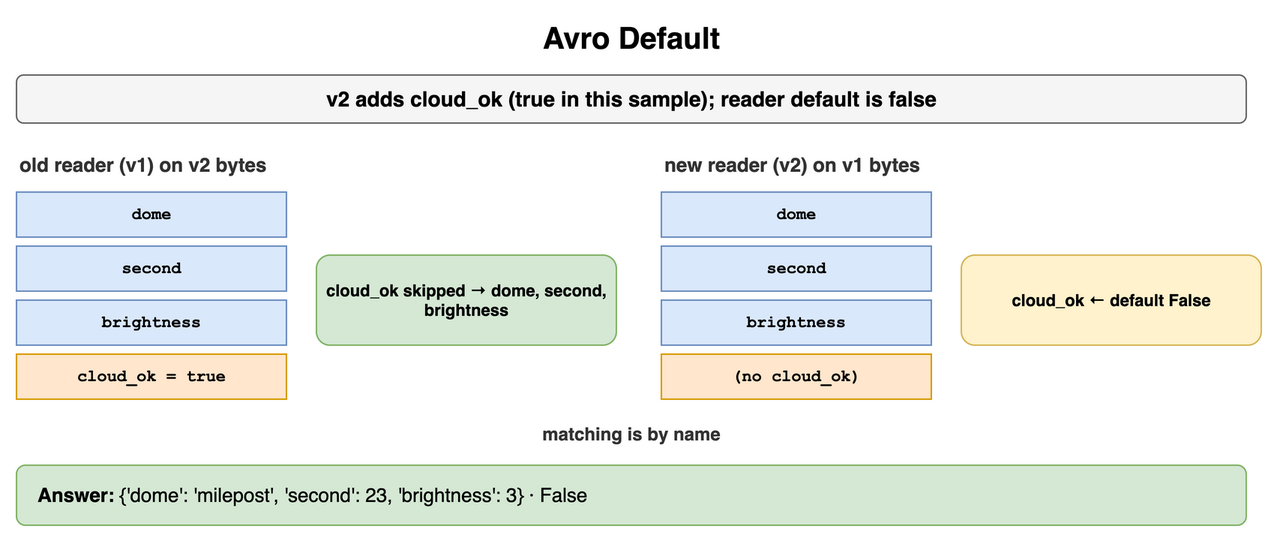
Earlier version of the draw.io export content/09_System_Design_Interview/14_Encoding_Serialization_and_Schema_Evolution/diagrams/encoding-drills-4-avro-default.png (amendez13/swe-study-guide). Source tidied: cells renumbered, new cells last; positions are measured from the earlier drawing's top-left corner, leaving out a move shared by most shapes. Its diagram source:
```xml
<mxGraphModel>
  <root>
    <mxCell id="0" />
    <mxCell id="1" parent="0" />
    <mxCell id="2" value="Avro Default" style="text;html=1;align=center;verticalAlign=middle;whiteSpace=wrap;fontSize=20;fontStyle=1;" parent="1" vertex="1">
      <mxGeometry width="820" height="30" as="geometry" />
    </mxCell>
    <mxCell id="3" value="v2 adds cloud_ok (true in this sample); reader default is false" style="rounded=1;whiteSpace=wrap;html=1;fillColor=#f5f5f5;strokeColor=#666666;fontStyle=1;fontSize=14;" parent="1" vertex="1">
      <mxGeometry y="40" width="820" height="32" as="geometry" />
    </mxCell>
    <mxCell id="4" value="old reader (v1) on v2 bytes" style="text;html=1;whiteSpace=wrap;fontSize=11;align=left;verticalAlign=middle;fontSize=13;fontColor=#333333;fontStyle=1;" parent="1" vertex="1">
      <mxGeometry y="90" width="400" height="20" as="geometry" />
    </mxCell>
    <mxCell id="5" value="dome" style="rounded=0;whiteSpace=wrap;html=1;fontFamily=Courier New;fontStyle=1;fontSize=13;fillColor=#dae8fc;strokeColor=#6c8ebf;fontSize=11;" parent="1" vertex="1">
      <mxGeometry y="118" width="180" height="30" as="geometry" />
    </mxCell>
    <mxCell id="6" value="second" style="rounded=0;whiteSpace=wrap;html=1;fontFamily=Courier New;fontStyle=1;fontSize=13;fillColor=#dae8fc;strokeColor=#6c8ebf;fontSize=11;" parent="1" vertex="1">
      <mxGeometry y="154" width="180" height="30" as="geometry" />
    </mxCell>
    <mxCell id="7" value="brightness" style="rounded=0;whiteSpace=wrap;html=1;fontFamily=Courier New;fontStyle=1;fontSize=13;fillColor=#dae8fc;strokeColor=#6c8ebf;fontSize=11;" parent="1" vertex="1">
      <mxGeometry y="190" width="180" height="30" as="geometry" />
    </mxCell>
    <mxCell id="8" value="cloud_ok = true" style="rounded=0;whiteSpace=wrap;html=1;fontFamily=Courier New;fontStyle=1;fontSize=13;fillColor=#ffe6cc;strokeColor=#d79b00;fontSize=11;" parent="1" vertex="1">
      <mxGeometry y="226" width="180" height="30" as="geometry" />
    </mxCell>
    <mxCell id="9" value="cloud_ok skipped → dome, second, brightness" style="rounded=1;whiteSpace=wrap;html=1;fillColor=#d5e8d4;strokeColor=#82b366;fontSize=11;align=center;fontStyle=1;" parent="1" vertex="1">
      <mxGeometry x="200" y="160" width="200" height="60" as="geometry" />
    </mxCell>
    <mxCell id="10" value="new reader (v2) on v1 bytes" style="text;html=1;whiteSpace=wrap;fontSize=11;align=left;verticalAlign=middle;fontSize=13;fontColor=#333333;fontStyle=1;" parent="1" vertex="1">
      <mxGeometry x="430" y="90" width="400" height="20" as="geometry" />
    </mxCell>
    <mxCell id="11" value="dome" style="rounded=0;whiteSpace=wrap;html=1;fontFamily=Courier New;fontStyle=1;fontSize=13;fillColor=#dae8fc;strokeColor=#6c8ebf;fontSize=11;" parent="1" vertex="1">
      <mxGeometry x="430" y="118" width="180" height="30" as="geometry" />
    </mxCell>
    <mxCell id="12" value="second" style="rounded=0;whiteSpace=wrap;html=1;fontFamily=Courier New;fontStyle=1;fontSize=13;fillColor=#dae8fc;strokeColor=#6c8ebf;fontSize=11;" parent="1" vertex="1">
      <mxGeometry x="430" y="154" width="180" height="30" as="geometry" />
    </mxCell>
    <mxCell id="13" value="brightness" style="rounded=0;whiteSpace=wrap;html=1;fontFamily=Courier New;fontStyle=1;fontSize=13;fillColor=#dae8fc;strokeColor=#6c8ebf;fontSize=11;" parent="1" vertex="1">
      <mxGeometry x="430" y="190" width="180" height="30" as="geometry" />
    </mxCell>
    <mxCell id="14" value="(no cloud_ok)" style="rounded=0;whiteSpace=wrap;html=1;fontFamily=Courier New;fontStyle=1;fontSize=13;fillColor=#ffe6cc;strokeColor=#d79b00;fontSize=11;" parent="1" vertex="1">
      <mxGeometry x="430" y="226" width="180" height="30" as="geometry" />
    </mxCell>
    <mxCell id="15" value="cloud_ok ← default False" style="rounded=1;whiteSpace=wrap;html=1;fillColor=#fff2cc;strokeColor=#d6b656;fontSize=11;align=center;fontStyle=1;" parent="1" vertex="1">
      <mxGeometry x="630" y="160" width="200" height="60" as="geometry" />
    </mxCell>
    <mxCell id="16" value="matching is by name" style="text;html=1;whiteSpace=wrap;fontSize=11;align=center;verticalAlign=middle;fontSize=12;fontColor=#333333;fontStyle=1;" parent="1" vertex="1">
      <mxGeometry y="270" width="820" height="18" as="geometry" />
    </mxCell>
    <mxCell id="17" value="&lt;b&gt;Answer:&lt;/b&gt; {'dome': 'milepost', 'second': 23, 'brightness': 3} · False" style="rounded=1;whiteSpace=wrap;html=1;fillColor=#d5e8d4;strokeColor=#82b366;fontSize=13;align=left;spacingLeft=12;" parent="1" vertex="1">
      <mxGeometry y="300" width="820" height="40" as="geometry" />
    </mxCell>
  </root>
</mxGraphModel>
```
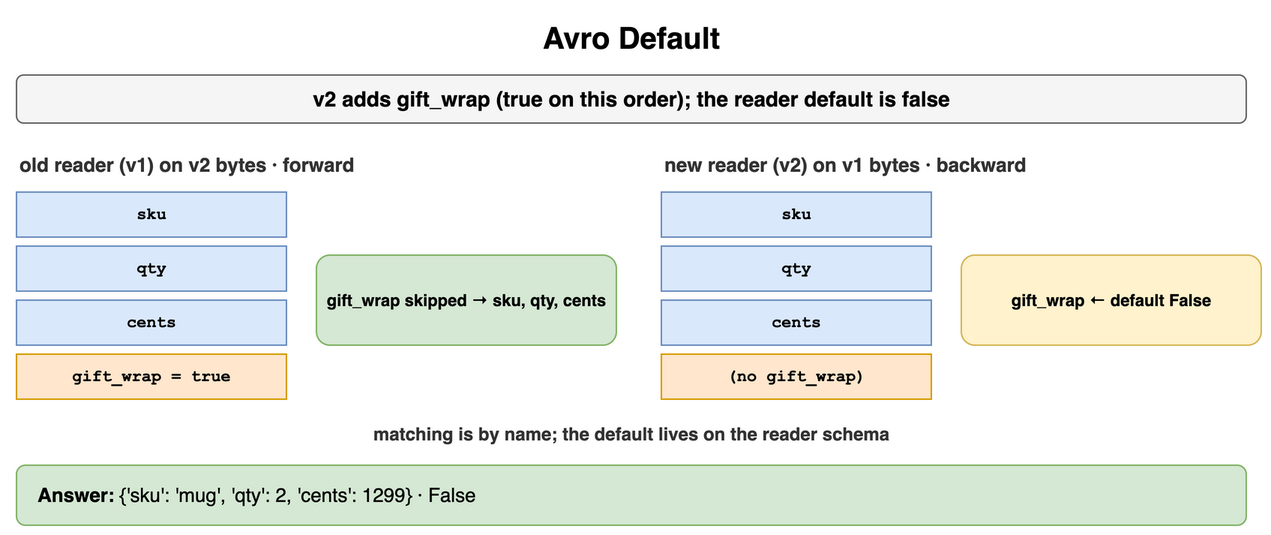
Above is the later version.

The edit, as a diff of the source:
```diff
@@ -5,49 +5,49 @@
     <mxCell id="2" value="Avro Default" style="text;html=1;align=center;verticalAlign=middle;whiteSpace=wrap;fontSize=20;fontStyle=1;" parent="1" vertex="1">
       <mxGeometry width="820" height="30" as="geometry" />
     </mxCell>
-    <mxCell id="3" value="v2 adds cloud_ok (true in this sample); reader default is false" style="rounded=1;whiteSpace=wrap;html=1;fillColor=#f5f5f5;strokeColor=#666666;fontStyle=1;fontSize=14;" parent="1" vertex="1">
+    <mxCell id="3" value="v2 adds gift_wrap (true on this order); the reader default is false" style="rounded=1;whiteSpace=wrap;html=1;fillColor=#f5f5f5;strokeColor=#666666;fontStyle=1;fontSize=14;" parent="1" vertex="1">
       <mxGeometry y="40" width="820" height="32" as="geometry" />
     </mxCell>
-    <mxCell id="4" value="old reader (v1) on v2 bytes" style="text;html=1;whiteSpace=wrap;fontSize=11;align=left;verticalAlign=middle;fontSize=13;fontColor=#333333;fontStyle=1;" parent="1" vertex="1">
+    <mxCell id="4" value="old reader (v1) on v2 bytes · forward" style="text;html=1;whiteSpace=wrap;fontSize=11;align=left;verticalAlign=middle;fontSize=13;fontColor=#333333;fontStyle=1;" parent="1" vertex="1">
       <mxGeometry y="90" width="400" height="20" as="geometry" />
     </mxCell>
-    <mxCell id="5" value="dome" style="rounded=0;whiteSpace=wrap;html=1;fontFamily=Courier New;fontStyle=1;fontSize=13;fillColor=#dae8fc;strokeColor=#6c8ebf;fontSize=11;" parent="1" vertex="1">
+    <mxCell id="5" value="sku" style="rounded=0;whiteSpace=wrap;html=1;fontFamily=Courier New;fontStyle=1;fontSize=13;fillColor=#dae8fc;strokeColor=#6c8ebf;fontSize=11;" parent="1" vertex="1">
       <mxGeometry y="118" width="180" height="30" as="geometry" />
     </mxCell>
-    <mxCell id="6" value="second" style="rounded=0;whiteSpace=wrap;html=1;fontFamily=Courier New;fontStyle=1;fontSize=13;fillColor=#dae8fc;strokeColor=#6c8ebf;fontSize=11;" parent="1" vertex="1">
+    <mxCell id="6" value="qty" style="rounded=0;whiteSpace=wrap;html=1;fontFamily=Courier New;fontStyle=1;fontSize=13;fillColor=#dae8fc;strokeColor=#6c8ebf;fontSize=11;" parent="1" vertex="1">
       <mxGeometry y="154" width="180" height="30" as="geometry" />
     </mxCell>
-    <mxCell id="7" value="brightness" style="rounded=0;whiteSpace=wrap;html=1;fontFamily=Courier New;fontStyle=1;fontSize=13;fillColor=#dae8fc;strokeColor=#6c8ebf;fontSize=11;" parent="1" vertex="1">
+    <mxCell id="7" value="cents" style="rounded=0;whiteSpace=wrap;html=1;fontFamily=Courier New;fontStyle=1;fontSize=13;fillColor=#dae8fc;strokeColor=#6c8ebf;fontSize=11;" parent="1" vertex="1">
       <mxGeometry y="190" width="180" height="30" as="geometry" />
     </mxCell>
-    <mxCell id="8" value="cloud_ok = true" style="rounded=0;whiteSpace=wrap;html=1;fontFamily=Courier New;fontStyle=1;fontSize=13;fillColor=#ffe6cc;strokeColor=#d79b00;fontSize=11;" parent="1" vertex="1">
+    <mxCell id="8" value="gift_wrap = true" style="rounded=0;whiteSpace=wrap;html=1;fontFamily=Courier New;fontStyle=1;fontSize=13;fillColor=#ffe6cc;strokeColor=#d79b00;fontSize=11;" parent="1" vertex="1">
       <mxGeometry y="226" width="180" height="30" as="geometry" />
     </mxCell>
-    <mxCell id="9" value="cloud_ok skipped → dome, second, brightness" style="rounded=1;whiteSpace=wrap;html=1;fillColor=#d5e8d4;strokeColor=#82b366;fontSize=11;align=center;fontStyle=1;" parent="1" vertex="1">
+    <mxCell id="9" value="gift_wrap skipped → sku, qty, cents" style="rounded=1;whiteSpace=wrap;html=1;fillColor=#d5e8d4;strokeColor=#82b366;fontSize=11;align=center;fontStyle=1;" parent="1" vertex="1">
       <mxGeometry x="200" y="160" width="200" height="60" as="geometry" />
     </mxCell>
-    <mxCell id="10" value="new reader (v2) on v1 bytes" style="text;html=1;whiteSpace=wrap;fontSize=11;align=left;verticalAlign=middle;fontSize=13;fontColor=#333333;fontStyle=1;" parent="1" vertex="1">
+    <mxCell id="10" value="new reader (v2) on v1 bytes · backward" style="text;html=1;whiteSpace=wrap;fontSize=11;align=left;verticalAlign=middle;fontSize=13;fontColor=#333333;fontStyle=1;" parent="1" vertex="1">
       <mxGeometry x="430" y="90" width="400" height="20" as="geometry" />
     </mxCell>
-    <mxCell id="11" value="dome" style="rounded=0;whiteSpace=wrap;html=1;fontFamily=Courier New;fontStyle=1;fontSize=13;fillColor=#dae8fc;strokeColor=#6c8ebf;fontSize=11;" parent="1" vertex="1">
+    <mxCell id="11" value="sku" style="rounded=0;whiteSpace=wrap;html=1;fontFamily=Courier New;fontStyle=1;fontSize=13;fillColor=#dae8fc;strokeColor=#6c8ebf;fontSize=11;" parent="1" vertex="1">
       <mxGeometry x="430" y="118" width="180" height="30" as="geometry" />
     </mxCell>
-    <mxCell id="12" value="second" style="rounded=0;whiteSpace=wrap;html=1;fontFamily=Courier New;fontStyle=1;fontSize=13;fillColor=#dae8fc;strokeColor=#6c8ebf;fontSize=11;" parent="1" vertex="1">
+    <mxCell id="12" value="qty" style="rounded=0;whiteSpace=wrap;html=1;fontFamily=Courier New;fontStyle=1;fontSize=13;fillColor=#dae8fc;strokeColor=#6c8ebf;fontSize=11;" parent="1" vertex="1">
       <mxGeometry x="430" y="154" width="180" height="30" as="geometry" />
     </mxCell>
-    <mxCell id="13" value="brightness" style="rounded=0;whiteSpace=wrap;html=1;fontFamily=Courier New;fontStyle=1;fontSize=13;fillColor=#dae8fc;strokeColor=#6c8ebf;fontSize=11;" parent="1" vertex="1">
+    <mxCell id="13" value="cents" style="rounded=0;whiteSpace=wrap;html=1;fontFamily=Courier New;fontStyle=1;fontSize=13;fillColor=#dae8fc;strokeColor=#6c8ebf;fontSize=11;" parent="1" vertex="1">
       <mxGeometry x="430" y="190" width="180" height="30" as="geometry" />
     </mxCell>
-    <mxCell id="14" value="(no cloud_ok)" style="rounded=0;whiteSpace=wrap;html=1;fontFamily=Courier New;fontStyle=1;fontSize=13;fillColor=#ffe6cc;strokeColor=#d79b00;fontSize=11;" parent="1" vertex="1">
+    <mxCell id="14" value="(no gift_wrap)" style="rounded=0;whiteSpace=wrap;html=1;fontFamily=Courier New;fontStyle=1;fontSize=13;fillColor=#ffe6cc;strokeColor=#d79b00;fontSize=11;" parent="1" vertex="1">
       <mxGeometry x="430" y="226" width="180" height="30" as="geometry" />
     </mxCell>
-    <mxCell id="15" value="cloud_ok ← default False" style="rounded=1;whiteSpace=wrap;html=1;fillColor=#fff2cc;strokeColor=#d6b656;fontSize=11;align=center;fontStyle=1;" parent="1" vertex="1">
+    <mxCell id="15" value="gift_wrap ← default False" style="rounded=1;whiteSpace=wrap;html=1;fillColor=#fff2cc;strokeColor=#d6b656;fontSize=11;align=center;fontStyle=1;" parent="1" vertex="1">
       <mxGeometry x="630" y="160" width="200" height="60" as="geometry" />
     </mxCell>
-    <mxCell id="16" value="matching is by name" style="text;html=1;whiteSpace=wrap;fontSize=11;align=center;verticalAlign=middle;fontSize=12;fontColor=#333333;fontStyle=1;" parent="1" vertex="1">
+    <mxCell id="16" value="matching is by name; the default lives on the reader schema" style="text;html=1;whiteSpace=wrap;fontSize=11;align=center;verticalAlign=middle;fontSize=12;fontColor=#333333;fontStyle=1;" parent="1" vertex="1">
       <mxGeometry y="270" width="820" height="18" as="geometry" />
     </mxCell>
-    <mxCell id="17" value="&lt;b&gt;Answer:&lt;/b&gt; {'dome': 'milepost', 'second': 23, 'brightness': 3} · False" style="rounded=1;whiteSpace=wrap;html=1;fillColor=#d5e8d4;strokeColor=#82b366;fontSize=13;align=left;spacingLeft=12;" parent="1" vertex="1">
+    <mxCell id="17" value="&lt;b&gt;Answer:&lt;/b&gt; {'sku': 'mug', 'qty': 2, 'cents': 1299} · False" style="rounded=1;whiteSpace=wrap;html=1;fillColor=#d5e8d4;strokeColor=#82b366;fontSize=13;align=left;spacingLeft=12;" parent="1" vertex="1">
       <mxGeometry y="300" width="820" height="40" as="geometry" />
     </mxCell>
   </root>
```
